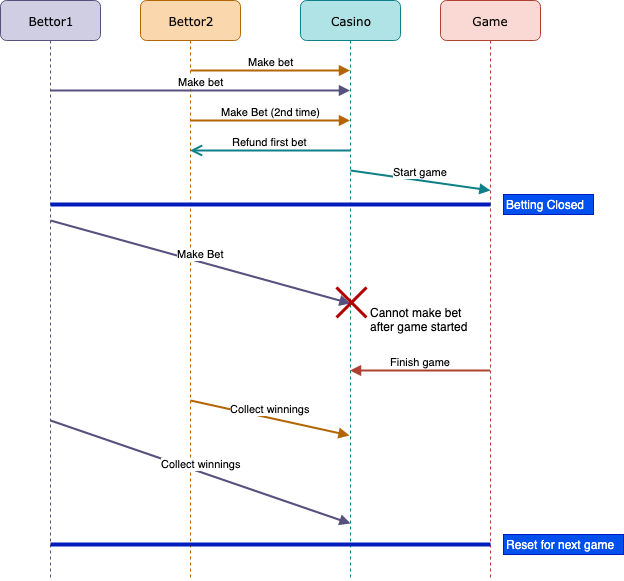
Earlier version of the draw.io export evaluation/Tutorials/CasinoSequence.png (mcoblenz/Obsidian). Source tidied: cells renumbered, new cells last; positions are measured from the earlier drawing's top-left corner, leaving out a move shared by most shapes.
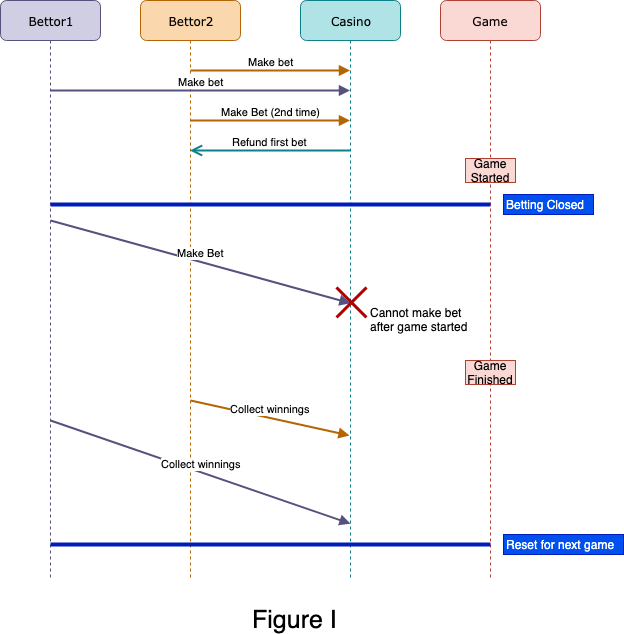
The same file after the commit.

Change to the diagram source:
```diff
@@ -42,11 +42,6 @@
     <mxCell id="11" value="Betting Closed" style="text;html=1;align=left;verticalAlign=top;spacingTop=-4;fillColor=#0050ef;strokeColor=#001DBC;fontColor=#ffffff;" parent="1" vertex="1">
       <mxGeometry x="503" y="194" width="90" height="20" as="geometry" />
     </mxCell>
-    <mxCell id="12" value="Start game" style="html=1;verticalAlign=bottom;endArrow=block;entryX=0.5;entryY=0.328;entryDx=0;entryDy=0;entryPerimeter=0;fillColor=#b0e3e6;strokeColor=#0e8088;strokeWidth=2;" parent="1" edge="1" target="4">
-      <mxGeometry relative="1" as="geometry">
-        <mxPoint x="350" y="170" as="sourcePoint" />
-      </mxGeometry>
-    </mxCell>
     <mxCell id="13" value="Make Bet" style="html=1;verticalAlign=bottom;endArrow=block;entryX=0.5;entryY=0.522;entryDx=0;entryDy=0;entryPerimeter=0;fillColor=#d0cee2;strokeColor=#56517e;strokeWidth=2;" parent="1" edge="1" target="3">
       <mxGeometry relative="1" as="geometry">
         <mxPoint x="50" y="220" as="sourcePoint" />
@@ -58,12 +53,6 @@
     <mxCell id="15" value="Cannot make bet &lt;br&gt;after game started" style="text;html=1;align=left;verticalAlign=top;spacingTop=-4;" parent="1" vertex="1">
       <mxGeometry x="368" y="303" width="110" height="30" as="geometry" />
     </mxCell>
-    <mxCell id="16" value="Finish game" style="html=1;verticalAlign=bottom;endArrow=block;fillColor=#fad9d5;strokeColor=#ae4132;strokeWidth=2;" parent="1" edge="1">
-      <mxGeometry relative="1" as="geometry">
-        <mxPoint x="489.5" y="370" as="sourcePoint" />
-        <mxPoint x="349.5" y="370" as="targetPoint" />
-      </mxGeometry>
-    </mxCell>
     <mxCell id="17" value="Collect winnings" style="html=1;verticalAlign=bottom;endArrow=block;entryX=0.49;entryY=0.75;entryDx=0;entryDy=0;entryPerimeter=0;fillColor=#fad7ac;strokeColor=#b46504;strokeWidth=2;" parent="1" edge="1" target="3">
       <mxGeometry relative="1" as="geometry">
         <mxPoint x="190" y="400" as="sourcePoint" />
@@ -80,5 +69,14 @@
     <mxCell id="20" value="Reset for next game" style="text;html=1;align=left;verticalAlign=top;spacingTop=-4;fillColor=#0050ef;strokeColor=#001DBC;fontColor=#ffffff;" parent="1" vertex="1">
       <mxGeometry x="503" y="534" width="120" height="20" as="geometry" />
     </mxCell>
+    <mxCell id="21" value="Game Started" style="rounded=0;whiteSpace=wrap;html=1;strokeWidth=1;fillColor=#fad9d5;strokeColor=#ae4132;" parent="1" vertex="1">
+      <mxGeometry x="465" y="158" width="50" height="24" as="geometry" />
+    </mxCell>
+    <mxCell id="22" value="Game Finished" style="rounded=0;whiteSpace=wrap;html=1;strokeWidth=1;fillColor=#fad9d5;strokeColor=#ae4132;" parent="1" vertex="1">
+      <mxGeometry x="465" y="360" width="50" height="24" as="geometry" />
+    </mxCell>
+    <mxCell id="23" value="&lt;font style=&quot;font-size: 25px&quot;&gt;Figure I&lt;/font&gt;" style="text;html=1;align=left;verticalAlign=top;spacingTop=-4;" parent="1" vertex="1">
+      <mxGeometry x="250" y="602" width="100" height="20" as="geometry" />
+    </mxCell>
   </root>
 </mxGraphModel>
```
